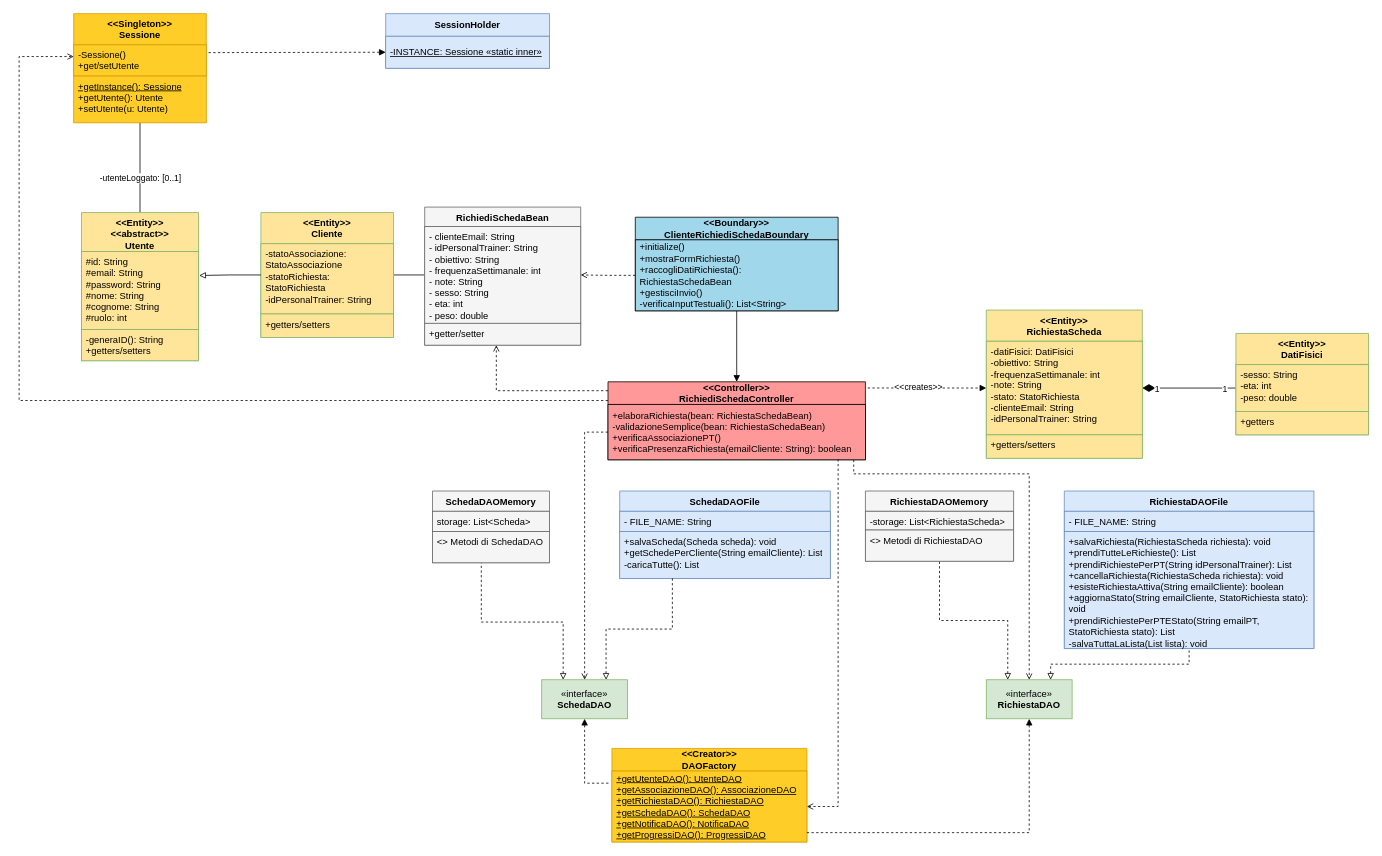
The draw.io diagram Design Level/DesignLevelDiagram.drawio in FedericoSib/FitPlan, before the edit. Source tidied: cells renumbered, new cells numbered last; positions are measured from the earlier drawing's top-left corner, leaving out a move shared by most shapes. Both pictures are drawn from the tidied source at 78%, with x=0, y=0 at pixel (19, 13).
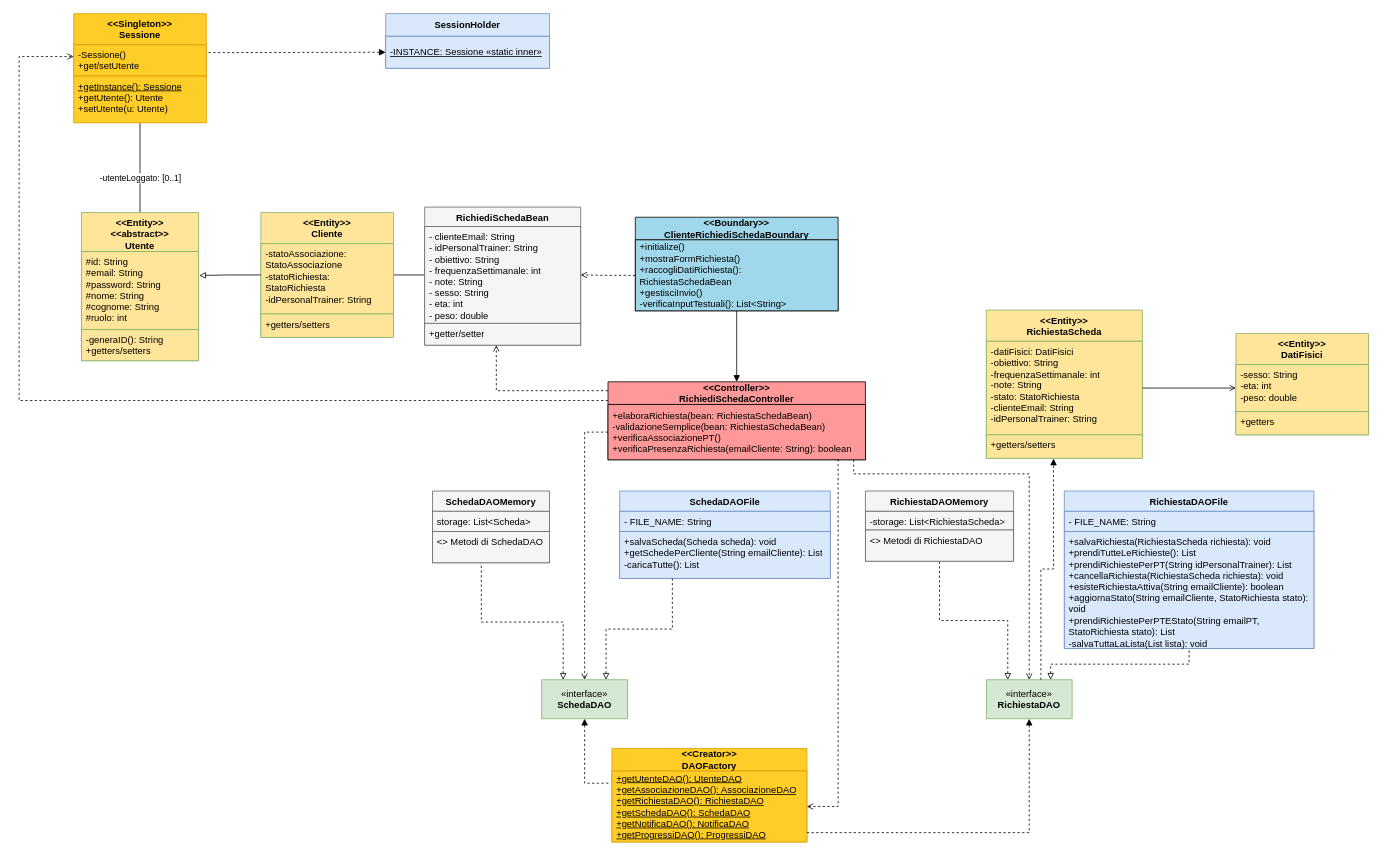
The same diagram, later.

Unchanged cells that the change refers to:
```xml
<mxCell id="7" value="«interface»&lt;br&gt;&lt;b&gt;RichiestaDAO&lt;/b&gt;" style="html=1;whiteSpace=wrap;fillColor=#d5e8d4;gradientColor=none;strokeColor=#82b366;" parent="1" vertex="1">
  <mxGeometry x="1240" y="854" width="110" height="50" as="geometry" />
</mxCell>
<mxCell id="30" value="&lt;div&gt;&amp;lt;&amp;lt;Controller&amp;gt;&amp;gt;&lt;/div&gt;&lt;div&gt;RichiediSchedaController&lt;/div&gt;" style="swimlane;fontStyle=1;align=center;verticalAlign=middle;horizontal=1;startSize=29;html=1;whiteSpace=wrap;swimlaneFillColor=default;fillColor=#FF9999;" parent="1" vertex="1">
  <mxGeometry x="755" y="472" width="330" height="100" as="geometry" />
</mxCell>
<mxCell id="50" value="-datiFisici: DatiFisici&lt;br&gt;-obiettivo: String&lt;br&gt;-frequenzaSettimanale: int&lt;br&gt;-note: String&lt;br&gt;-stato: StatoRichiesta&lt;br&gt;-clienteEmail: String&lt;br&gt;&lt;div&gt;-idPersonalTrainer: String&lt;/div&gt;&lt;div&gt;&lt;br&gt;&lt;/div&gt;&lt;div&gt;+getters/setters&lt;/div&gt;" style="text;strokeColor=#82b366;fillColor=#FFE599;align=left;verticalAlign=top;spacingLeft=4;spacingRight=4;overflow=hidden;points=[[0,0.5],[1,0.5]];portConstraint=eastwest;whiteSpace=wrap;html=1;gradientColor=none;" parent="49" vertex="1">
  <mxGeometry y="40" width="200" height="120" as="geometry" />
</mxCell>
<mxCell id="51" value="+getters/setters" style="text;strokeColor=#82b366;fillColor=#FFE599;align=left;verticalAlign=top;spacingLeft=4;spacingRight=4;overflow=hidden;points=[[0,0.5],[1,0.5]];portConstraint=eastwest;whiteSpace=wrap;html=1;gradientColor=none;" parent="49" vertex="1">
  <mxGeometry y="160" width="200" height="30" as="geometry" />
</mxCell>
<mxCell id="53" value="-sesso: String&lt;br&gt;-eta: int&lt;br&gt;&lt;div&gt;-peso: double&lt;/div&gt;&lt;div&gt;&lt;br&gt;&lt;/div&gt;" style="text;strokeColor=#82b366;fillColor=#FFE599;align=left;verticalAlign=top;spacingLeft=4;spacingRight=4;overflow=hidden;points=[[0,0.5],[1,0.5]];portConstraint=eastwest;whiteSpace=wrap;html=1;gradientColor=none;" parent="52" vertex="1">
  <mxGeometry y="40" width="170" height="60" as="geometry" />
</mxCell>
```

The edit, as a diff of the source:
```diff
@@
-    <mxCell id="44" style="edgeStyle=orthogonalEdgeStyle;rounded=0;jettySize=auto;html=1;dashed=1;endArrow=block;endFill=1;entryX=0;entryY=0.5;entryDx=0;entryDy=0;exitX=1.009;exitY=0.079;exitDx=0;exitDy=0;exitPerimeter=0;" parent="1" edge="1" source="30" target="50">
-      <mxGeometry relative="1" as="geometry" />
-    </mxCell>
-    <mxCell id="45" value="&amp;lt;&amp;lt;creates&amp;gt;&amp;gt;" style="edgeLabel;html=1;align=center;verticalAlign=middle;" parent="44" vertex="1">
-      <mxGeometry x="-0.13" y="1" relative="1" as="geometry">
-        <mxPoint x="-1" as="offset" />
-      </mxGeometry>
-    </mxCell>
-    <mxCell id="46" style="startArrow=diamondThin;startSize=14;startFill=1;endArrow=none;rounded=0;entryX=0;entryY=0.5;entryDx=0;entryDy=0;edgeStyle=orthogonalEdgeStyle;exitX=1;exitY=0.5;exitDx=0;exitDy=0;" parent="1" edge="1" source="50" target="53">
-      <mxGeometry relative="1" as="geometry" />
-    </mxCell>
-    <mxCell id="47" value="1" style="edgeLabel;html=1;align=center;verticalAlign=middle;" parent="46" vertex="1">
-      <mxGeometry x="-0.68" relative="1" as="geometry">
-        <mxPoint x="-1" as="offset" />
-      </mxGeometry>
-    </mxCell>
-    <mxCell id="48" value="1" style="edgeLabel;html=1;align=center;verticalAlign=middle;" parent="46" vertex="1">
-      <mxGeometry x="0.76" relative="1" as="geometry">
-        <mxPoint x="-1" as="offset" />
-      </mxGeometry>
-    </mxCell>
@@
+    <mxCell id="46" style="edgeStyle=orthogonalEdgeStyle;rounded=0;jettySize=auto;html=1;entryX=0;entryY=0.5;entryDx=0;entryDy=0;endArrow=open;endFill=0;" parent="1" edge="1" source="50" target="53">
+      <mxGeometry relative="1" as="geometry" />
+    </mxCell>
+    <mxCell id="65" style="edgeStyle=orthogonalEdgeStyle;rounded=0;jettySize=auto;html=1;entryX=0.431;entryY=1.014;entryDx=0;entryDy=0;entryPerimeter=0;dashed=1;endArrow=block;endFill=1;" parent="1" edge="1" source="7" target="51">
+      <mxGeometry relative="1" as="geometry">
+        <Array as="points">
+          <mxPoint x="1310" y="712" />
+          <mxPoint x="1326.2" y="712" />
+        </Array>
+      </mxGeometry>
+    </mxCell>
```
